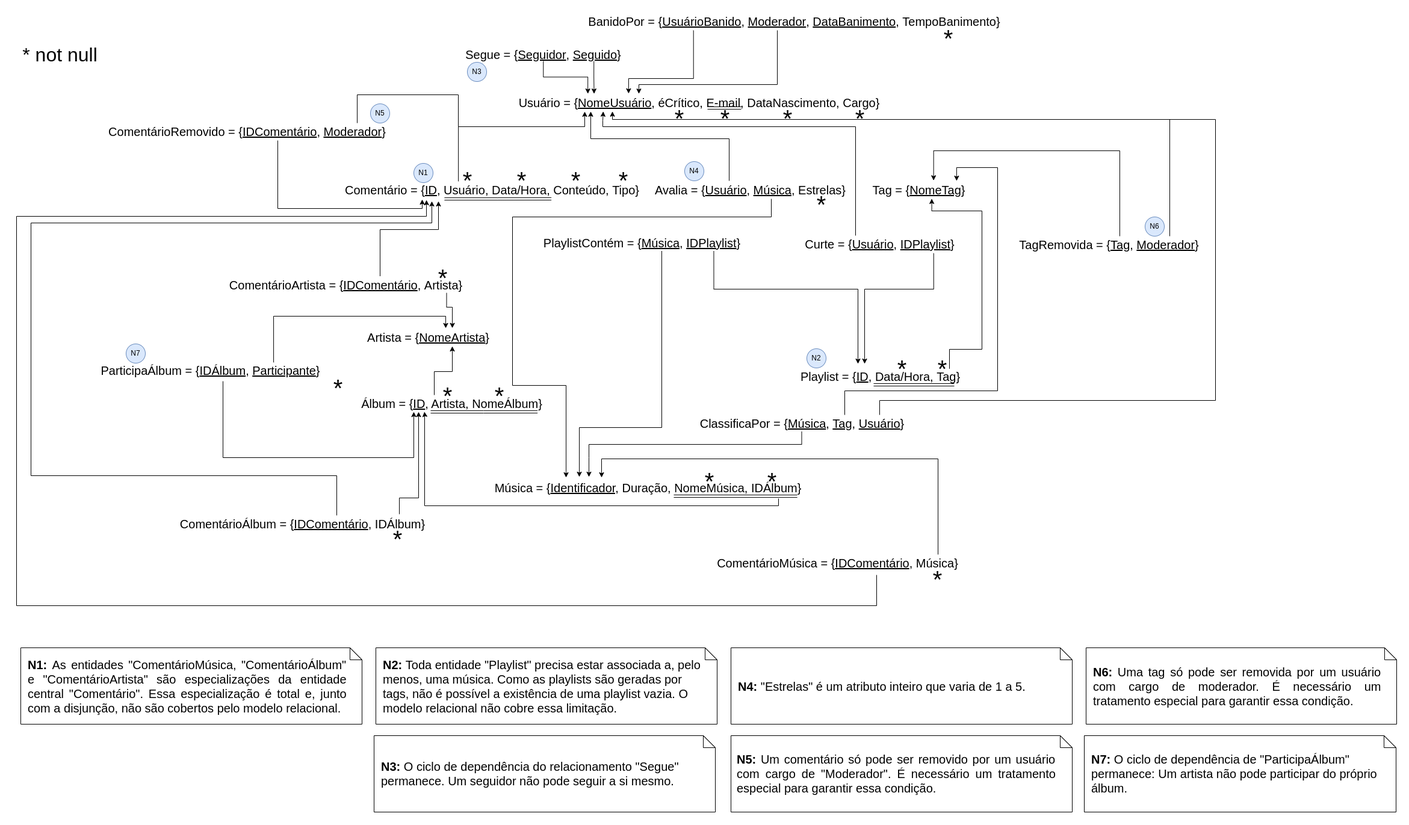
Above: Rotten-Lemons-RelScheme.png in natan-dot-com/Rotten-Lemons (draw.io), before the change. Source tidied: cells renumbered, new cells last; positions are measured from the earlier drawing's top-left corner, leaving out a move shared by most shapes.
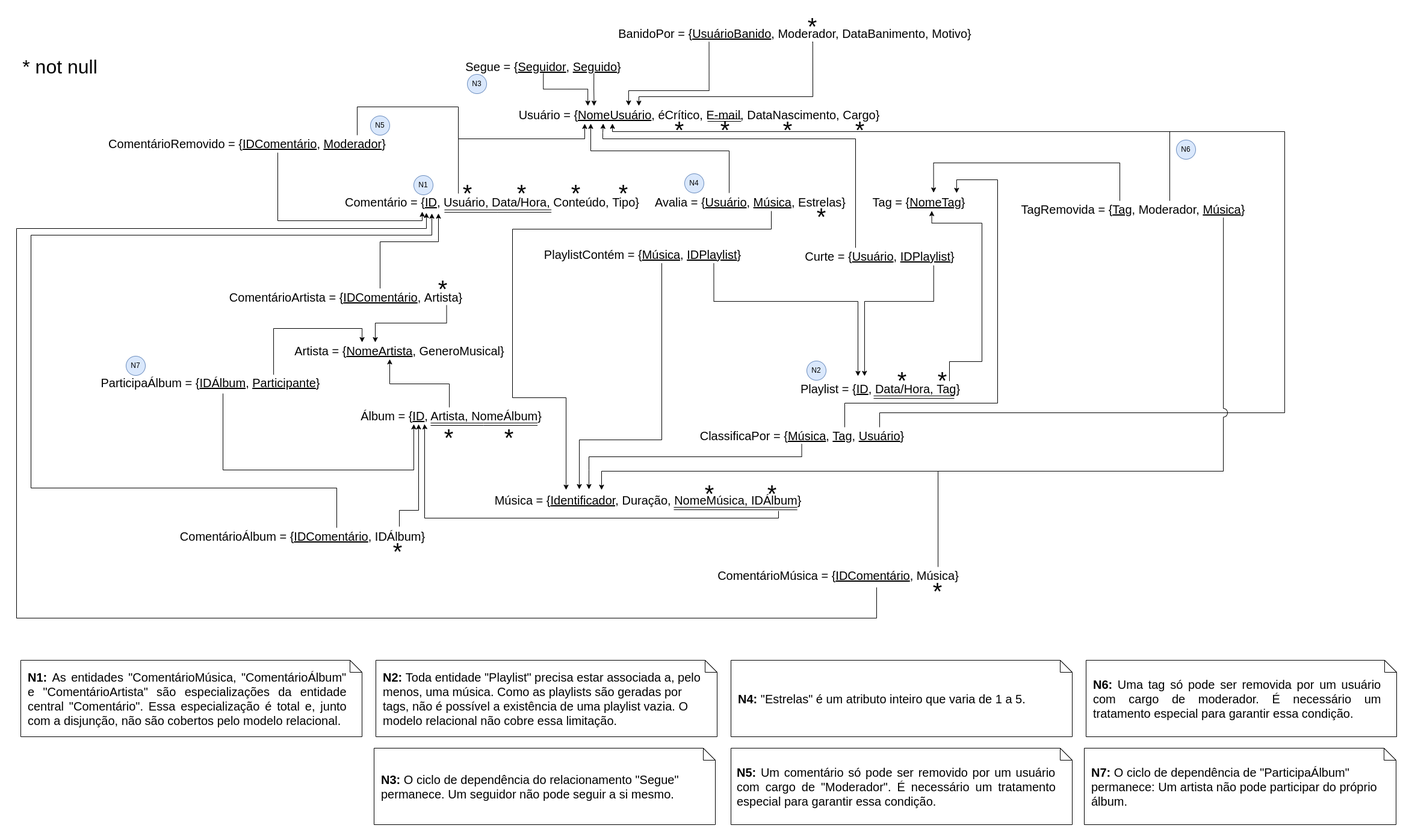
After the commit.

Change to the diagram source:
```diff
@@ -23,21 +23,22 @@
     <mxCell id="7" style="edgeStyle=orthogonalEdgeStyle;rounded=0;jettySize=auto;html=1;fontSize=20;exitX=0.261;exitY=1.005;exitDx=0;exitDy=0;exitPerimeter=0;entryX=0.308;entryY=-0.003;entryDx=0;entryDy=0;entryPerimeter=0;" parent="1" edge="1" source="9" target="5">
       <mxGeometry relative="1" as="geometry">
         <Array as="points">
-          <mxPoint x="1125" y="110" />
+          <mxPoint x="1151" y="110" />
           <mxPoint x="1017" y="110" />
         </Array>
       </mxGeometry>
     </mxCell>
-    <mxCell id="8" style="edgeStyle=orthogonalEdgeStyle;rounded=0;jettySize=auto;html=1;fontSize=20;exitX=0.46;exitY=0.998;exitDx=0;exitDy=0;exitPerimeter=0;entryX=0.336;entryY=0.01;entryDx=0;entryDy=0;entryPerimeter=0;" parent="1" edge="1" source="9" target="5">
+    <mxCell id="8" style="edgeStyle=orthogonalEdgeStyle;rounded=0;jettySize=auto;html=1;fontSize=20;exitX=0.55;exitY=1.046;exitDx=0;exitDy=0;exitPerimeter=0;entryX=0.336;entryY=0.01;entryDx=0;entryDy=0;entryPerimeter=0;" parent="1" edge="1" source="9" target="5">
       <mxGeometry relative="1" as="geometry">
         <Array as="points">
-          <mxPoint x="1264" y="120" />
+          <mxPoint x="1323" y="29" />
+          <mxPoint x="1323" y="120" />
           <mxPoint x="1034" y="120" />
         </Array>
       </mxGeometry>
     </mxCell>
-    <mxCell id="9" value="BanidoPor = {&lt;u&gt;UsuárioBanido&lt;/u&gt;, &lt;u&gt;Moderador&lt;/u&gt;, &lt;u&gt;DataBanimento&lt;/u&gt;, TempoBanimento}" style="text;html=1;align=center;verticalAlign=middle;points=[];strokeColor=none;fillColor=none;fontSize=20;" parent="1" vertex="1">
-      <mxGeometry x="942" width="700" height="30" as="geometry" />
+    <mxCell id="9" value="BanidoPor = {&lt;u&gt;UsuárioBanido&lt;/u&gt;, Moderador, DataBanimento, Motivo}" style="text;html=1;align=center;verticalAlign=middle;points=[];strokeColor=none;fillColor=none;fontSize=20;" parent="1" vertex="1">
+      <mxGeometry x="995" y="1" width="596" height="28" as="geometry" />
     </mxCell>
     <mxCell id="10" style="edgeStyle=orthogonalEdgeStyle;rounded=0;jettySize=auto;html=1;fontSize=20;exitX=0.389;exitY=-0.006;exitDx=0;exitDy=0;exitPerimeter=0;strokeColor=#000000;fillColor=#000000;" parent="1" edge="1" source="11" target="5">
       <mxGeometry relative="1" as="geometry">
@@ -135,14 +136,14 @@
         </Array>
       </mxGeometry>
     </mxCell>
-    <mxCell id="24" value="Artista = {&lt;u&gt;NomeArtista&lt;/u&gt;}" style="text;html=1;align=center;verticalAlign=middle;points=[];strokeColor=none;fillColor=none;fontSize=20;" parent="1" vertex="1">
-      <mxGeometry x="574" y="525" width="220" height="30" as="geometry" />
+    <mxCell id="24" value="Artista = {&lt;u&gt;NomeArtista&lt;/u&gt;, GeneroMusical}" style="text;html=1;align=center;verticalAlign=middle;points=[];strokeColor=none;fillColor=none;fontSize=20;" parent="1" vertex="1">
+      <mxGeometry x="457" y="528" width="358" height="28" as="geometry" />
     </mxCell>
     <mxCell id="25" style="edgeStyle=orthogonalEdgeStyle;rounded=0;jettySize=auto;html=1;fontSize=20;strokeColor=#000000;fillColor=#000000;" parent="1" edge="1" source="26" target="24">
       <mxGeometry relative="1" as="geometry">
         <Array as="points">
-          <mxPoint x="694" y="597" />
-          <mxPoint x="724" y="597" />
+          <mxPoint x="719" y="597" />
+          <mxPoint x="620" y="597" />
         </Array>
       </mxGeometry>
     </mxCell>
@@ -168,10 +169,11 @@
         <mxPoint x="1092" y="804" as="sourcePoint" />
       </mxGeometry>
     </mxCell>
-    <mxCell id="30" style="edgeStyle=elbowEdgeStyle;rounded=0;jettySize=auto;elbow=vertical;html=1;entryX=0.682;entryY=-0.009;entryDx=0;entryDy=0;entryPerimeter=0;fontSize=20;strokeColor=#000000;fillColor=#000000;exitX=0.923;exitY=0.993;exitDx=0;exitDy=0;exitPerimeter=0;" parent="1" edge="1" source="31" target="24">
+    <mxCell id="30" style="rounded=0;jettySize=auto;elbow=vertical;html=1;fontSize=20;strokeColor=#000000;fillColor=#000000;exitX=0.923;exitY=0.993;exitDx=0;exitDy=0;exitPerimeter=0;edgeStyle=orthogonalEdgeStyle;" parent="1" edge="1" source="31" target="24">
       <mxGeometry relative="1" as="geometry">
         <Array as="points">
-          <mxPoint x="734" y="490" />
+          <mxPoint x="715" y="496" />
+          <mxPoint x="596" y="496" />
         </Array>
       </mxGeometry>
     </mxCell>
@@ -210,11 +212,11 @@
         </Array>
       </mxGeometry>
     </mxCell>
-    <mxCell id="36" style="edgeStyle=orthogonalEdgeStyle;rounded=0;jettySize=auto;elbow=vertical;html=1;fontSize=20;strokeColor=#000000;fillColor=#000000;exitX=0.781;exitY=0.028;exitDx=0;exitDy=0;exitPerimeter=0;entryX=0.632;entryY=-0.003;entryDx=0;entryDy=0;entryPerimeter=0;" parent="1" edge="1" source="37" target="24">
+    <mxCell id="36" style="edgeStyle=orthogonalEdgeStyle;rounded=0;jettySize=auto;elbow=vertical;html=1;fontSize=20;strokeColor=#000000;fillColor=#000000;exitX=0.781;exitY=0.028;exitDx=0;exitDy=0;exitPerimeter=0;entryX=0.327;entryY=-0.002;entryDx=0;entryDy=0;entryPerimeter=0;" parent="1" edge="1" source="37" target="24">
       <mxGeometry relative="1" as="geometry">
         <Array as="points">
           <mxPoint x="427" y="505" />
-          <mxPoint x="713" y="505" />
+          <mxPoint x="574" y="505" />
         </Array>
       </mxGeometry>
     </mxCell>
@@ -278,8 +280,8 @@
       <mxGeometry relative="1" as="geometry">
         <Array as="points">
           <mxPoint x="1434" y="645" />
-          <mxPoint x="1992" y="645" />
-          <mxPoint x="1992" y="178" />
+          <mxPoint x="2107" y="645" />
+          <mxPoint x="2107" y="178" />
           <mxPoint x="990" y="178" />
         </Array>
       </mxGeometry>
@@ -303,8 +305,8 @@
         </Array>
       </mxGeometry>
     </mxCell>
-    <mxCell id="48" value="TagRemovida = {&lt;u&gt;Tag&lt;/u&gt;, &lt;u&gt;Moderador&lt;/u&gt;}" style="text;html=1;align=center;verticalAlign=middle;points=[];strokeColor=none;fillColor=none;fontSize=20;" parent="1" vertex="1">
-      <mxGeometry x="1661" y="372" width="308" height="28" as="geometry" />
+    <mxCell id="48" value="TagRemovida = {&lt;u&gt;Tag&lt;/u&gt;, Moderador, &lt;u&gt;Música&lt;/u&gt;}" style="text;html=1;align=center;verticalAlign=middle;points=[];strokeColor=none;fillColor=none;fontSize=20;" parent="1" vertex="1">
+      <mxGeometry x="1664" y="293" width="382" height="28" as="geometry" />
     </mxCell>
     <mxCell id="49" style="edgeStyle=orthogonalEdgeStyle;rounded=0;jumpStyle=arc;jumpSize=20;jettySize=auto;html=1;fontSize=20;startArrow=none;startFill=0;endArrow=none;endFill=0;strokeColor=#000000;fillColor=#000000;elbow=vertical;" parent="1" edge="1" source="50">
       <mxGeometry relative="1" as="geometry">
@@ -330,7 +332,7 @@
       </mxGeometry>
     </mxCell>
     <mxCell id="52" value="&lt;font style=&quot;font-size: 40px;&quot;&gt;*&lt;/font&gt;" style="text;html=1;align=center;verticalAlign=middle;strokeColor=none;fillColor=none;fontSize=20;" parent="1" vertex="1">
-      <mxGeometry x="1535" y="27" width="26" height="33" as="geometry" />
+      <mxGeometry x="1309" y="-13" width="26" height="33" as="geometry" />
     </mxCell>
     <mxCell id="53" value="&lt;font style=&quot;font-size: 40px;&quot;&gt;*&lt;/font&gt;" style="text;html=1;align=center;verticalAlign=middle;strokeColor=none;fillColor=none;fontSize=20;" parent="1" vertex="1">
       <mxGeometry x="1268" y="159" width="26" height="33" as="geometry" />
@@ -351,11 +353,8 @@
       <mxGeometry x="1324" y="302" width="26" height="33" as="geometry" />
     </mxCell>
     <mxCell id="59" value="&lt;font style=&quot;font-size: 40px;&quot;&gt;*&lt;/font&gt;" style="text;html=1;align=center;verticalAlign=middle;strokeColor=none;fillColor=none;fontSize=20;" parent="1" vertex="1">
-      <mxGeometry x="695" y="424" width="26" height="33" as="geometry" />
+      <mxGeometry x="695" y="422" width="26" height="33" as="geometry" />
     </mxCell>
-    <mxCell id="60" value="&lt;font style=&quot;font-size: 40px;&quot;&gt;*&lt;/font&gt;" style="text;html=1;align=center;verticalAlign=middle;strokeColor=none;fillColor=none;fontSize=20;" parent="1" vertex="1">
-      <mxGeometry x="521" y="608" width="26" height="33" as="geometry" />
-    </mxCell>
     <mxCell id="61" value="&lt;font style=&quot;font-size: 40px;&quot;&gt;*&lt;/font&gt;" style="text;html=1;align=center;verticalAlign=middle;strokeColor=none;fillColor=none;fontSize=20;" parent="1" vertex="1">
       <mxGeometry x="620" y="858" width="26" height="33" as="geometry" />
     </mxCell>
@@ -381,7 +380,7 @@
       <mxGeometry x="588" y="152" width="32" height="32" as="geometry" />
     </mxCell>
     <mxCell id="69" value="N6" style="ellipse;whiteSpace=wrap;html=1;fillColor=#dae8fc;strokeColor=#6c8ebf;" parent="1" vertex="1">
-      <mxGeometry x="1875" y="340" width="32" height="32" as="geometry" />
+      <mxGeometry x="1927" y="192" width="32" height="32" as="geometry" />
     </mxCell>
     <mxCell id="70" value="N7" style="ellipse;whiteSpace=wrap;html=1;fillColor=#dae8fc;strokeColor=#6c8ebf;" parent="1" vertex="1">
       <mxGeometry x="182" y="551" width="32" height="32" as="geometry" />
@@ -426,10 +425,10 @@
       </mxGeometry>
     </mxCell>
     <mxCell id="82" value="&lt;font style=&quot;font-size: 40px;&quot;&gt;*&lt;/font&gt;" style="text;html=1;align=center;verticalAlign=middle;strokeColor=none;fillColor=none;fontSize=20;" parent="1" vertex="1">
-      <mxGeometry x="703" y="620" width="26" height="33" as="geometry" />
+      <mxGeometry x="705" y="669" width="26" height="33" as="geometry" />
     </mxCell>
     <mxCell id="83" value="&lt;font style=&quot;font-size: 40px;&quot;&gt;*&lt;/font&gt;" style="text;html=1;align=center;verticalAlign=middle;strokeColor=none;fillColor=none;fontSize=20;" parent="1" vertex="1">
-      <mxGeometry x="789" y="620" width="26" height="33" as="geometry" />
+      <mxGeometry x="805" y="669" width="26" height="33" as="geometry" />
     </mxCell>
     <mxCell id="84" style="endArrow=none;html=1;rounded=0;fontSize=20;shape=link;entryX=0.944;entryY=0.996;entryDx=0;entryDy=0;entryPerimeter=0;" parent="1" edge="1">
       <mxGeometry relative="1" as="geometry">
@@ -458,5 +457,10 @@
     <mxCell id="89" value="&lt;font style=&quot;font-size: 40px;&quot;&gt;*&lt;/font&gt;" style="text;html=1;align=center;verticalAlign=middle;strokeColor=none;fillColor=none;fontSize=20;" parent="1" vertex="1">
       <mxGeometry x="1525" y="575" width="26" height="33" as="geometry" />
     </mxCell>
+    <mxCell id="90" style="endArrow=none;html=1;rounded=0;fontSize=7;jumpStyle=arc;jumpSize=14;entryX=0.893;entryY=0.997;entryDx=0;entryDy=0;entryPerimeter=0;edgeStyle=orthogonalEdgeStyle;" parent="1" edge="1" target="48">
+      <mxGeometry relative="1" as="geometry">
+        <mxPoint x="1531" y="742" as="sourcePoint" />
+      </mxGeometry>
+    </mxCell>
   </root>
 </mxGraphModel>
```
